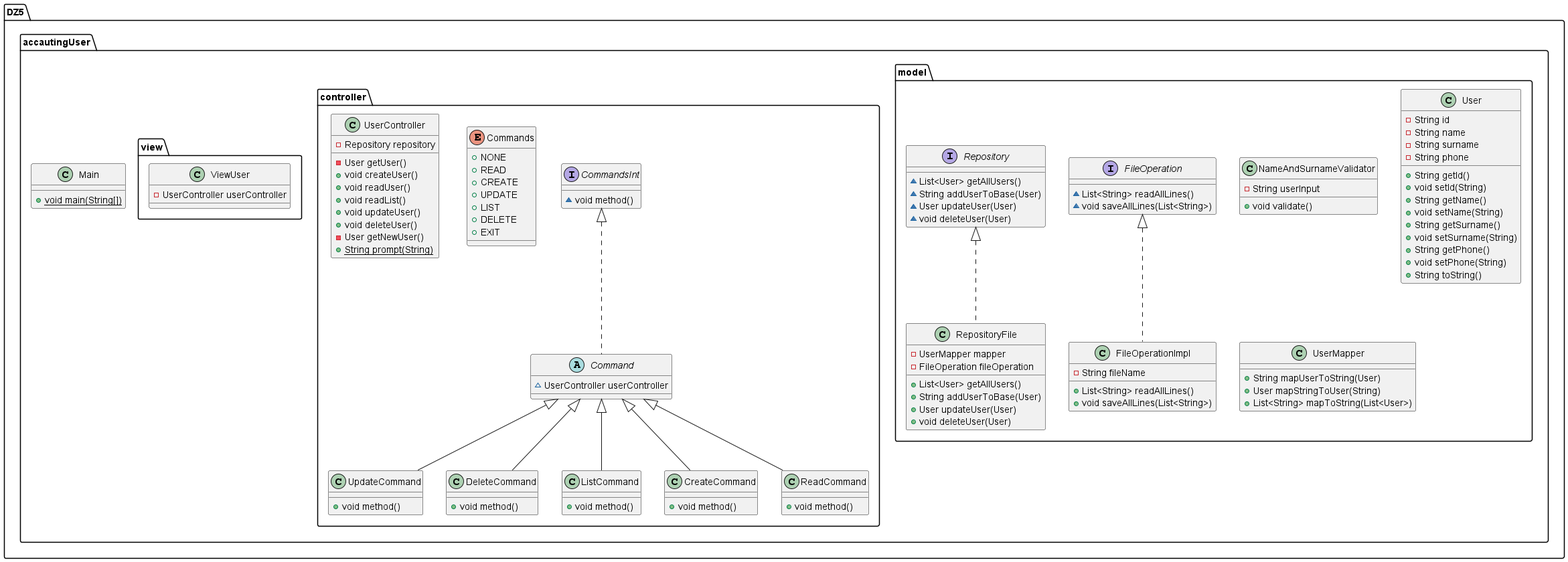
Earlier version of the PlantUML export DZ5/accautingUserUML.png (Chernyimisha/DzSoftwareArchitecture).
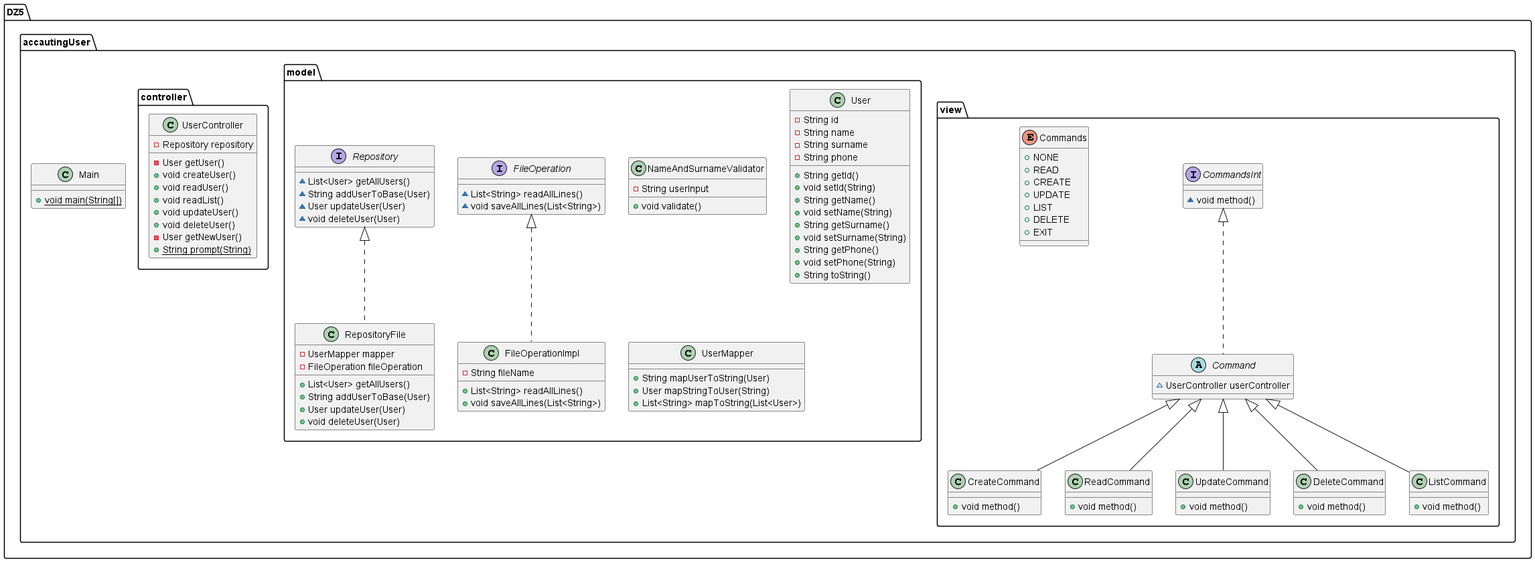
Above is the later version.

What changed in the source:
```diff
@@ -1,23 +1,26 @@
 @startuml
+class DZ5.accautingUser.view.CreateCommand {
++ void method()
+}
 class DZ5.accautingUser.model.NameAndSurnameValidator {
 - String userInput
 + void validate()
-}
-interface DZ5.accautingUser.controller.CommandsInt {
-~ void method()
 }
 class DZ5.accautingUser.model.FileOperationImpl {
 - String fileName
 + List<String> readAllLines()
 + void saveAllLines(List<String>)
 }
-class DZ5.accautingUser.controller.UpdateCommand {
+interface DZ5.accautingUser.view.CommandsInt {
+~ void method()
+}
+class DZ5.accautingUser.view.ReadCommand {
 + void method()
 }
-class DZ5.accautingUser.controller.DeleteCommand {
-+ void method()
+abstract class DZ5.accautingUser.view.Command {
+~ UserController userController
 }
-enum DZ5.accautingUser.controller.Commands {
+enum DZ5.accautingUser.view.Commands {
 +  NONE
 +  READ
 +  CREATE
@@ -26,7 +29,7 @@
 +  DELETE
 +  EXIT
 }
-class DZ5.accautingUser.controller.ListCommand {
+class DZ5.accautingUser.view.UpdateCommand {
 + void method()
 }
 class DZ5.accautingUser.model.RepositoryFile {
@@ -48,11 +51,8 @@
 - User getNewUser()
 + {static} String prompt(String)
 }
-class DZ5.accautingUser.controller.CreateCommand {
+class DZ5.accautingUser.view.DeleteCommand {
 + void method()
-}
-abstract class DZ5.accautingUser.controller.Command {
-~ UserController userController
 }
 interface DZ5.accautingUser.model.FileOperation {
 ~ List<String> readAllLines()
@@ -87,20 +87,17 @@
 + User mapStringToUser(String)
 + List<String> mapToString(List<User>)
 }
-class DZ5.accautingUser.controller.ReadCommand {
+class DZ5.accautingUser.view.ListCommand {
 + void method()
-}
-class DZ5.accautingUser.view.ViewUser {
-- UserController userController
 }
 
 
+DZ5.accautingUser.view.Command <|-- DZ5.accautingUser.view.CreateCommand
 DZ5.accautingUser.model.FileOperation <|.. DZ5.accautingUser.model.FileOperationImpl
-DZ5.accautingUser.controller.Command <|-- DZ5.accautingUser.controller.UpdateCommand
-DZ5.accautingUser.controller.Command <|-- DZ5.accautingUser.controller.DeleteCommand
-DZ5.accautingUser.controller.Command <|-- DZ5.accautingUser.controller.ListCommand
+DZ5.accautingUser.view.Command <|-- DZ5.accautingUser.view.ReadCommand
+DZ5.accautingUser.view.CommandsInt <|.. DZ5.accautingUser.view.Command
+DZ5.accautingUser.view.Command <|-- DZ5.accautingUser.view.UpdateCommand
 DZ5.accautingUser.model.Repository <|.. DZ5.accautingUser.model.RepositoryFile
-DZ5.accautingUser.controller.Command <|-- DZ5.accautingUser.controller.CreateCommand
-DZ5.accautingUser.controller.CommandsInt <|.. DZ5.accautingUser.controller.Command
-DZ5.accautingUser.controller.Command <|-- DZ5.accautingUser.controller.ReadCommand
+DZ5.accautingUser.view.Command <|-- DZ5.accautingUser.view.DeleteCommand
+DZ5.accautingUser.view.Command <|-- DZ5.accautingUser.view.ListCommand
 @enduml
```
